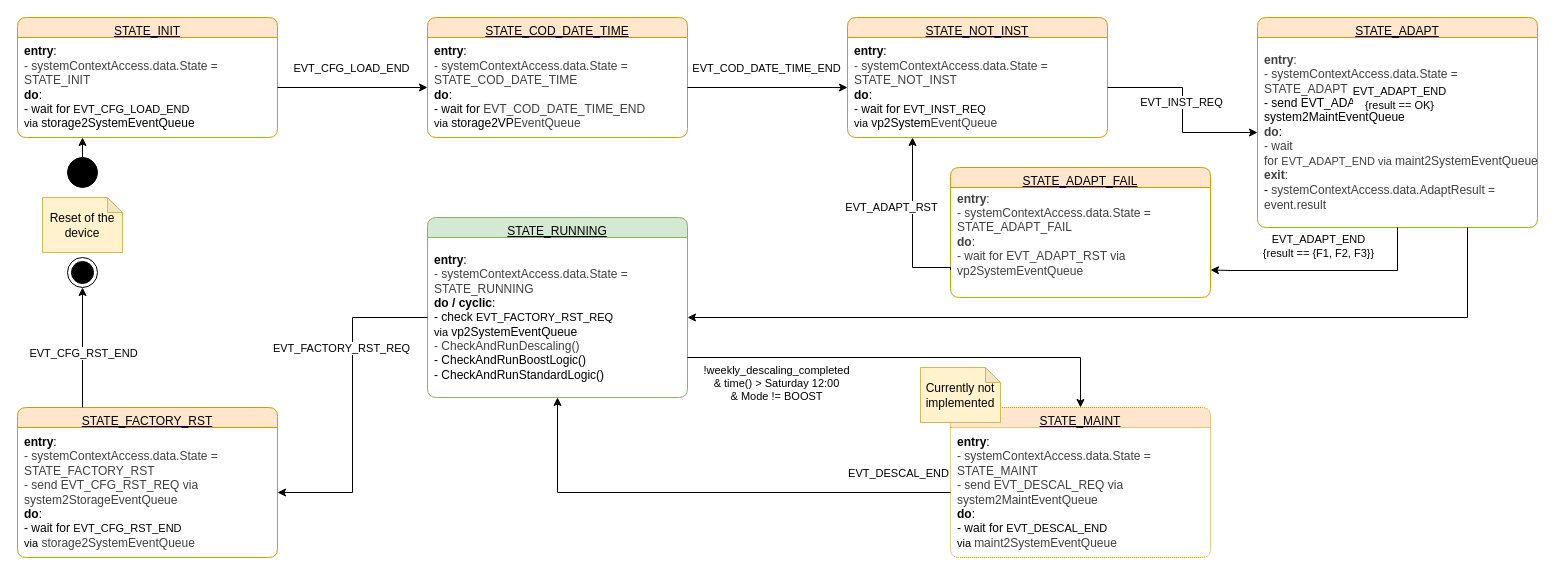
The draw.io diagram software/diagrams/mt-rt-sw-system-task-state-machine.drawio in MiraTherm/miratherm-radiator-thermostat-documentation, before the edit. Source tidied: cells renumbered, new cells numbered last; positions are measured from the earlier drawing's top-left corner, leaving out a move shared by most shapes. Both pictures are drawn from the tidied source at 100%, with x=0, y=0 at pixel (17, 17).
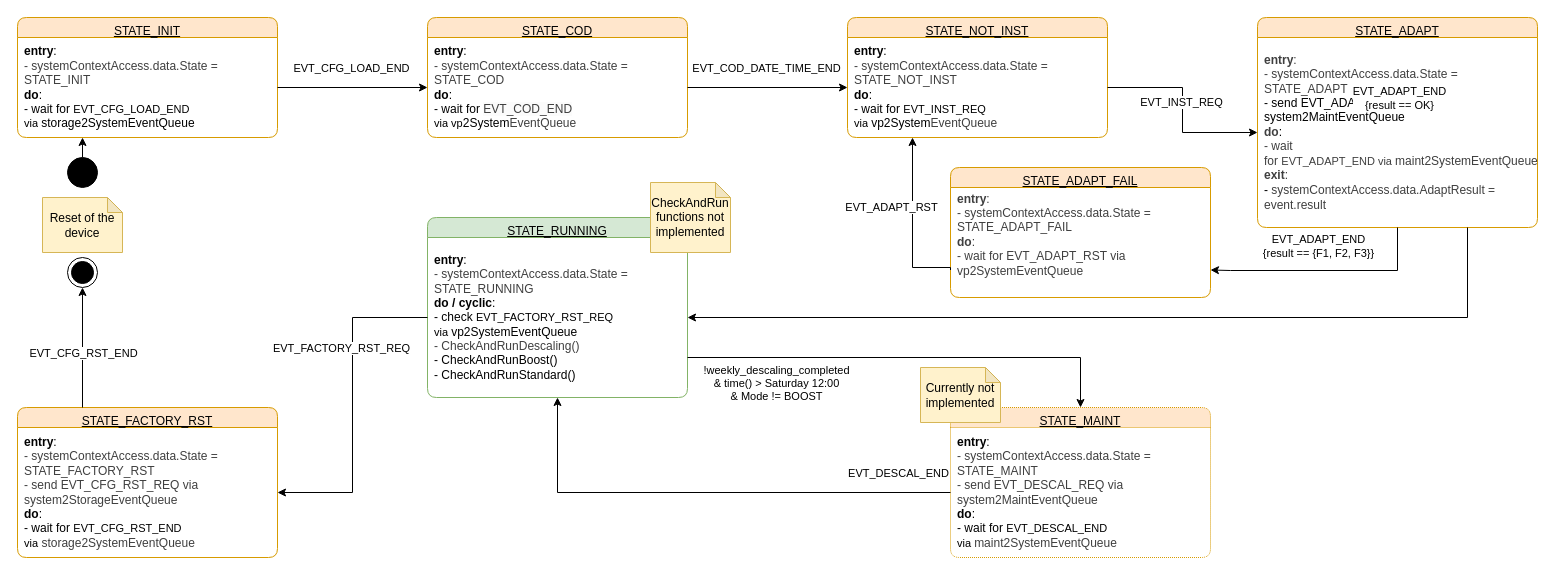
Above is the later version.

Commit message:
:memo: Merge states COD_DATE_TIME and COD_SCHEDULE in COD

The change refers to these unchanged cells:
```xml
<mxCell id="14" value="STATE_RUNNING" style="swimlane;fontStyle=4;align=center;verticalAlign=top;horizontal=1;startSize=20;html=1;rounded=1;absoluteArcSize=1;arcSize=18;whiteSpace=wrap;fillColor=#d5e8d4;strokeColor=#82b366;" parent="1" vertex="1">
  <mxGeometry x="410" y="200" width="260" height="180" as="geometry" />
</mxCell>
```

The edit, as a diff of the source:
```diff
@@
-    <mxCell id="15" value="&lt;div&gt;&lt;b&gt;entry&lt;/b&gt;:&lt;br&gt;&lt;span style=&quot;color: rgb(63, 63, 63); background-color: transparent;&quot;&gt;-&amp;nbsp;&lt;span style=&quot;color: rgb(63, 63, 63);&quot;&gt;systemContextAccess.data.State&lt;/span&gt;&amp;nbsp;= STATE_RUNNING&lt;/span&gt;&lt;/div&gt;&lt;div&gt;&lt;b&gt;do / cyclic&lt;/b&gt;:&lt;br&gt;- check&amp;nbsp;&lt;span style=&quot;background-color: rgb(255, 255, 255); font-size: 11px; text-align: center; text-wrap-mode: nowrap;&quot;&gt;&lt;font&gt;EVT_FACTORY_RST_REQ &lt;br&gt;via&amp;nbsp;&lt;/font&gt;&lt;/span&gt;&lt;span style=&quot;background-color: transparent;&quot;&gt;vp2SystemEventQueue&lt;/span&gt;&lt;/div&gt;&lt;div&gt;&lt;span style=&quot;color: rgb(63, 63, 63); background-color: transparent;&quot;&gt;- CheckAndRunDescaling()&lt;br&gt;&lt;/span&gt;&lt;/div&gt;&lt;div&gt;- CheckAndRunBoostLogic()&lt;br&gt;- CheckAndRunStandardLogic()&lt;/div&gt;" style="fillColor=none;strokeColor=none;align=left;verticalAlign=middle;spacingLeft=5;whiteSpace=wrap;html=1;" parent="14" vertex="1">
+    <mxCell id="15" value="&lt;div&gt;&lt;b&gt;entry&lt;/b&gt;:&lt;br&gt;&lt;span style=&quot;color: rgb(63, 63, 63); background-color: transparent;&quot;&gt;-&amp;nbsp;&lt;span style=&quot;color: rgb(63, 63, 63);&quot;&gt;systemContextAccess.data.State&lt;/span&gt;&amp;nbsp;= STATE_RUNNING&lt;/span&gt;&lt;/div&gt;&lt;div&gt;&lt;b&gt;do / cyclic&lt;/b&gt;:&lt;br&gt;- check&amp;nbsp;&lt;span style=&quot;background-color: rgb(255, 255, 255); font-size: 11px; text-align: center; text-wrap-mode: nowrap;&quot;&gt;&lt;font&gt;EVT_FACTORY_RST_REQ &lt;br&gt;via&amp;nbsp;&lt;/font&gt;&lt;/span&gt;&lt;span style=&quot;background-color: transparent;&quot;&gt;vp2SystemEventQueue&lt;/span&gt;&lt;/div&gt;&lt;div&gt;&lt;span style=&quot;color: rgb(63, 63, 63); background-color: transparent;&quot;&gt;- CheckAndRunDescaling()&lt;br&gt;&lt;/span&gt;&lt;/div&gt;&lt;div&gt;- CheckAndRunBoost()&lt;br&gt;- CheckAndRunStandard()&lt;/div&gt;" style="fillColor=none;strokeColor=none;align=left;verticalAlign=middle;spacingLeft=5;whiteSpace=wrap;html=1;" parent="14" vertex="1">
       <mxGeometry y="20" width="260" height="160" as="geometry" />
     </mxCell>
@@
-    <mxCell id="30" value="STATE_COD_DATE_TIME" style="swimlane;fontStyle=4;align=center;verticalAlign=top;horizontal=1;startSize=20;html=1;rounded=1;absoluteArcSize=1;arcSize=18;whiteSpace=wrap;fillColor=#ffe6cc;strokeColor=#d79b00;" parent="1" vertex="1">
+    <mxCell id="30" value="STATE_COD" style="swimlane;fontStyle=4;align=center;verticalAlign=top;horizontal=1;startSize=20;html=1;rounded=1;absoluteArcSize=1;arcSize=18;whiteSpace=wrap;fillColor=#ffe6cc;strokeColor=#d79b00;" parent="1" vertex="1">
       <mxGeometry x="410" width="260" height="120" as="geometry" />
     </mxCell>
-    <mxCell id="31" value="&lt;div&gt;&lt;b&gt;entry&lt;/b&gt;:&lt;br&gt;&lt;/div&gt;&lt;div&gt;&lt;span style=&quot;color: rgb(63, 63, 63);&quot;&gt;-&amp;nbsp;&lt;span style=&quot;color: rgb(63, 63, 63);&quot;&gt;systemContextAccess.data.State&lt;/span&gt;&amp;nbsp;= &lt;br&gt;STATE_COD_DATE_TIME&lt;/span&gt;&lt;br&gt;&lt;/div&gt;&lt;div&gt;&lt;b&gt;do&lt;/b&gt;:&lt;br&gt;- wait &lt;font&gt;for&amp;nbsp;&lt;span style=&quot;background-color: rgb(255, 255, 255); font-size: 11px; text-align: center; text-wrap-mode: nowrap; color: rgb(0, 0, 0);&quot;&gt;&lt;font&gt;&lt;span style=&quot;color: rgb(63, 63, 63); font-size: 12px; text-align: left; text-wrap-mode: wrap; background-color: rgb(251, 251, 251);&quot;&gt;EVT_COD_DATE_TIME_END&lt;/span&gt;&lt;br&gt;via&lt;/font&gt;&lt;/span&gt;&lt;span style=&quot;background-color: rgb(255, 255, 255); font-size: 11px; text-align: center; text-wrap-mode: nowrap; color: rgb(0, 0, 0);&quot;&gt;&amp;nbsp;&lt;/span&gt;&lt;/font&gt;&lt;span style=&quot;background-color: transparent;&quot;&gt;&lt;font&gt;st&lt;/font&gt;orage2VP&lt;/span&gt;&lt;span style=&quot;color: rgb(63, 63, 63); background-color: transparent;&quot;&gt;Event&lt;/span&gt;&lt;span style=&quot;background-color: transparent; color: rgb(63, 63, 63);&quot;&gt;Queue&lt;/span&gt;&lt;/div&gt;" style="fillColor=none;strokeColor=none;align=left;verticalAlign=middle;spacingLeft=5;whiteSpace=wrap;html=1;" parent="30" vertex="1">
+    <mxCell id="31" value="&lt;div&gt;&lt;b&gt;entry&lt;/b&gt;:&lt;br&gt;&lt;/div&gt;&lt;div&gt;&lt;span style=&quot;color: rgb(63, 63, 63);&quot;&gt;-&amp;nbsp;&lt;span style=&quot;color: rgb(63, 63, 63);&quot;&gt;systemContextAccess.data.State&lt;/span&gt;&amp;nbsp;= &lt;br&gt;STATE_COD&lt;/span&gt;&lt;br&gt;&lt;/div&gt;&lt;div&gt;&lt;b&gt;do&lt;/b&gt;:&lt;br&gt;- wait &lt;font&gt;for&amp;nbsp;&lt;span style=&quot;background-color: rgb(255, 255, 255); font-size: 11px; text-align: center; text-wrap-mode: nowrap; color: rgb(0, 0, 0);&quot;&gt;&lt;font&gt;&lt;span style=&quot;color: rgb(63, 63, 63); font-size: 12px; text-align: left; text-wrap-mode: wrap; background-color: rgb(251, 251, 251);&quot;&gt;EVT_COD_END&lt;/span&gt;&lt;br&gt;via&lt;/font&gt;&lt;/span&gt;&lt;span style=&quot;background-color: rgb(255, 255, 255); font-size: 11px; text-align: center; text-wrap-mode: nowrap; color: rgb(0, 0, 0);&quot;&gt;&amp;nbsp;vp&lt;/span&gt;&lt;/font&gt;&lt;span style=&quot;background-color: transparent;&quot;&gt;2System&lt;/span&gt;&lt;span style=&quot;color: rgb(63, 63, 63); background-color: transparent;&quot;&gt;Event&lt;/span&gt;&lt;span style=&quot;background-color: transparent; color: rgb(63, 63, 63);&quot;&gt;Queue&lt;/span&gt;&lt;/div&gt;" style="fillColor=none;strokeColor=none;align=left;verticalAlign=middle;spacingLeft=5;whiteSpace=wrap;html=1;" parent="30" vertex="1">
       <mxGeometry y="20" width="260" height="100" as="geometry" />
     </mxCell>
@@
+    <mxCell id="43" value="CheckAndRun functions not implemented" style="shape=note;whiteSpace=wrap;html=1;backgroundOutline=1;darkOpacity=0.05;size=15;fillColor=#fff2cc;strokeColor=#d6b656;" parent="1" vertex="1">
+      <mxGeometry x="633" y="165" width="80" height="70" as="geometry" />
+    </mxCell>
```
